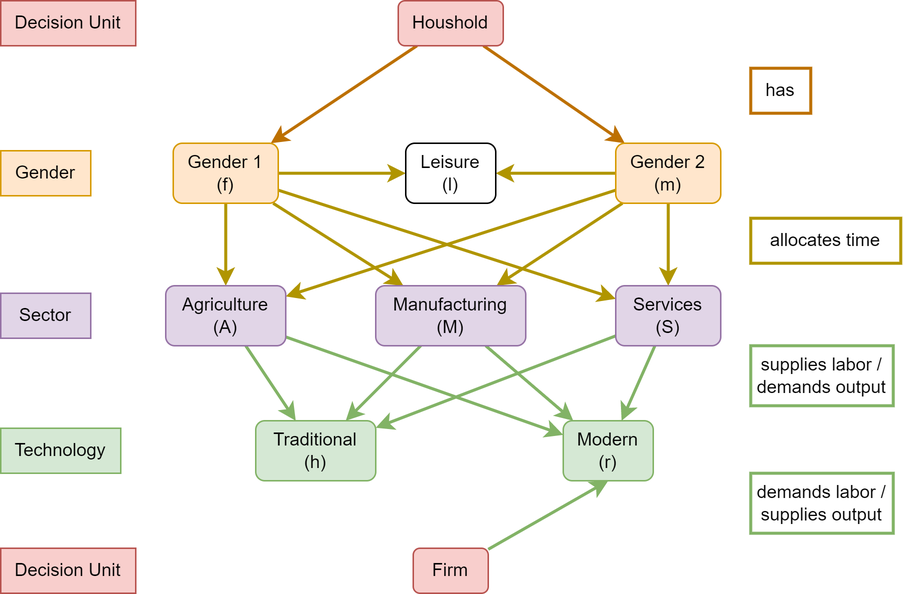
pi-kappa-devel/structural-schooling keeps this draw.io diagram as rsc/working-life-model.png. Above is the earlier version. Source tidied: cells renumbered, new cells last; positions are measured from the earlier drawing's top-left corner, leaving out a move shared by most shapes. The source it was exported from:
```xml
<mxGraphModel>
  <root>
    <mxCell id="0" />
    <mxCell id="1" parent="0" />
    <mxCell id="2" style="rounded=0;jettySize=auto;html=1;strokeWidth=2;fillColor=#f0a30a;strokeColor=#BD7000;sketch=0;" parent="1" edge="1" source="4" target="9">
      <mxGeometry relative="1" as="geometry" />
    </mxCell>
    <mxCell id="3" style="rounded=0;jettySize=auto;html=1;strokeWidth=2;fillColor=#f0a30a;strokeColor=#BD7000;sketch=0;" parent="1" edge="1" source="4" target="14">
      <mxGeometry relative="1" as="geometry" />
    </mxCell>
    <mxCell id="4" value="Houshold" style="rounded=1;whiteSpace=wrap;html=1;fillColor=#f8cecc;strokeColor=#b85450;sketch=0;" parent="1" vertex="1">
      <mxGeometry x="265" width="70" height="30" as="geometry" />
    </mxCell>
    <mxCell id="5" style="edgeStyle=none;rounded=0;jettySize=auto;html=1;strokeWidth=2;sketch=0;fillColor=#e3c800;strokeColor=#B09500;" parent="1" edge="1" source="9" target="23">
      <mxGeometry relative="1" as="geometry" />
    </mxCell>
    <mxCell id="6" style="edgeStyle=none;rounded=0;jettySize=auto;html=1;strokeWidth=2;sketch=0;fillColor=#e3c800;strokeColor=#B09500;" parent="1" edge="1" source="9" target="20">
      <mxGeometry relative="1" as="geometry" />
    </mxCell>
    <mxCell id="7" style="edgeStyle=none;rounded=0;jettySize=auto;html=1;strokeWidth=2;sketch=0;fillColor=#e3c800;strokeColor=#B09500;" parent="1" edge="1" source="9" target="17">
      <mxGeometry relative="1" as="geometry" />
    </mxCell>
    <mxCell id="8" style="edgeStyle=orthogonalEdgeStyle;rounded=0;jettySize=auto;html=1;strokeColor=#B09500;strokeWidth=2;sketch=0;fillColor=#e3c800;" parent="1" edge="1" source="9" target="37">
      <mxGeometry relative="1" as="geometry" />
    </mxCell>
    <mxCell id="9" value="Gender 2&lt;br&gt;(m)" style="rounded=1;whiteSpace=wrap;html=1;fillColor=#ffe6cc;strokeColor=#d79b00;sketch=0;" parent="1" vertex="1">
      <mxGeometry x="410" y="95" width="70" height="40" as="geometry" />
    </mxCell>
    <mxCell id="10" style="edgeStyle=none;rounded=0;jettySize=auto;html=1;strokeWidth=2;sketch=0;fillColor=#e3c800;strokeColor=#B09500;" parent="1" edge="1" source="14" target="17">
      <mxGeometry relative="1" as="geometry" />
    </mxCell>
    <mxCell id="11" style="edgeStyle=none;rounded=0;jettySize=auto;html=1;strokeWidth=2;sketch=0;fillColor=#e3c800;strokeColor=#B09500;" parent="1" edge="1" source="14" target="20">
      <mxGeometry relative="1" as="geometry" />
    </mxCell>
    <mxCell id="12" style="edgeStyle=none;rounded=0;jettySize=auto;html=1;strokeWidth=2;sketch=0;fillColor=#e3c800;strokeColor=#B09500;" parent="1" edge="1" source="14" target="23">
      <mxGeometry relative="1" as="geometry" />
    </mxCell>
    <mxCell id="13" style="edgeStyle=orthogonalEdgeStyle;rounded=0;jettySize=auto;html=1;strokeColor=#B09500;strokeWidth=2;sketch=0;fillColor=#e3c800;" parent="1" edge="1" source="14" target="37">
      <mxGeometry relative="1" as="geometry" />
    </mxCell>
    <mxCell id="14" value="Gender 1&lt;br&gt;(f)" style="rounded=1;whiteSpace=wrap;html=1;fillColor=#ffe6cc;strokeColor=#d79b00;sketch=0;" parent="1" vertex="1">
      <mxGeometry x="115" y="95" width="70" height="40" as="geometry" />
    </mxCell>
    <mxCell id="15" style="edgeStyle=none;rounded=0;jettySize=auto;html=1;fillColor=#d5e8d4;strokeColor=#82b366;strokeWidth=2;gradientColor=#97d077;sketch=0;" parent="1" edge="1" source="17" target="26">
      <mxGeometry relative="1" as="geometry" />
    </mxCell>
    <mxCell id="16" style="edgeStyle=none;rounded=0;jettySize=auto;html=1;fillColor=#d5e8d4;strokeColor=#82b366;strokeWidth=2;gradientColor=#97d077;sketch=0;" parent="1" edge="1" source="17" target="27">
      <mxGeometry relative="1" as="geometry" />
    </mxCell>
    <mxCell id="17" value="Agriculture&lt;br&gt;(A)" style="rounded=1;whiteSpace=wrap;html=1;fillColor=#e1d5e7;strokeColor=#9673a6;sketch=0;" parent="1" vertex="1">
      <mxGeometry x="110" y="190" width="80" height="40" as="geometry" />
    </mxCell>
    <mxCell id="18" style="edgeStyle=none;rounded=0;jettySize=auto;html=1;fillColor=#d5e8d4;strokeColor=#82b366;strokeWidth=2;gradientColor=#97d077;sketch=0;" parent="1" edge="1" source="20" target="26">
      <mxGeometry relative="1" as="geometry" />
    </mxCell>
    <mxCell id="19" style="edgeStyle=none;rounded=0;jettySize=auto;html=1;fillColor=#d5e8d4;strokeColor=#82b366;strokeWidth=2;sketch=0;gradientColor=#97d077;" parent="1" edge="1" source="20" target="27">
      <mxGeometry relative="1" as="geometry" />
    </mxCell>
    <mxCell id="20" value="Manufacturing&lt;br&gt;(M)" style="rounded=1;whiteSpace=wrap;html=1;fillColor=#e1d5e7;strokeColor=#9673a6;sketch=0;" parent="1" vertex="1">
      <mxGeometry x="250" y="190" width="100" height="40" as="geometry" />
    </mxCell>
    <mxCell id="21" style="edgeStyle=none;rounded=0;jettySize=auto;html=1;fillColor=#d5e8d4;strokeColor=#82b366;strokeWidth=2;gradientColor=#97d077;sketch=0;" parent="1" edge="1" source="23" target="27">
      <mxGeometry relative="1" as="geometry" />
    </mxCell>
    <mxCell id="22" style="edgeStyle=none;rounded=0;jettySize=auto;html=1;fillColor=#d5e8d4;strokeColor=#82b366;strokeWidth=2;gradientColor=#97d077;sketch=0;" parent="1" edge="1" source="23" target="26">
      <mxGeometry relative="1" as="geometry" />
    </mxCell>
    <mxCell id="23" value="Services&lt;br&gt;(S)" style="rounded=1;whiteSpace=wrap;html=1;fillColor=#e1d5e7;strokeColor=#9673a6;sketch=0;" parent="1" vertex="1">
      <mxGeometry x="410" y="190" width="70" height="40" as="geometry" />
    </mxCell>
    <mxCell id="24" value="has" style="text;html=1;strokeColor=#BD7000;fillColor=none;align=center;verticalAlign=middle;whiteSpace=wrap;rounded=0;strokeWidth=2;fontColor=#000000;shadow=0;glass=0;sketch=0;perimeterSpacing=5;" parent="1" vertex="1">
      <mxGeometry x="500" y="45" width="40" height="30" as="geometry" />
    </mxCell>
    <mxCell id="25" value="&lt;font color=&quot;#000000&quot;&gt;allocates time&lt;/font&gt;" style="text;html=1;strokeColor=#B09500;fillColor=none;align=center;verticalAlign=middle;whiteSpace=wrap;rounded=0;sketch=0;fontColor=#000000;strokeWidth=2;shadow=0;glass=0;perimeterSpacing=5;" parent="1" vertex="1">
      <mxGeometry x="500" y="145" width="100" height="30" as="geometry" />
    </mxCell>
    <mxCell id="26" value="Traditional&lt;br&gt;(h)" style="rounded=1;whiteSpace=wrap;html=1;fillColor=#d5e8d4;strokeColor=#82b366;sketch=0;" parent="1" vertex="1">
      <mxGeometry x="170" y="280" width="80" height="40" as="geometry" />
    </mxCell>
    <mxCell id="27" value="Modern&lt;br&gt;(r)" style="rounded=1;whiteSpace=wrap;html=1;fillColor=#d5e8d4;strokeColor=#82b366;sketch=0;" parent="1" vertex="1">
      <mxGeometry x="375" y="280" width="60" height="40" as="geometry" />
    </mxCell>
    <mxCell id="28" value="&lt;font color=&quot;#000000&quot;&gt;supplies labor / demands output&lt;br&gt;&lt;/font&gt;" style="text;html=1;strokeColor=#82b366;fillColor=none;align=center;verticalAlign=middle;whiteSpace=wrap;rounded=0;sketch=0;strokeWidth=2;shadow=0;glass=0;gradientColor=none;perimeterSpacing=5;" parent="1" vertex="1">
      <mxGeometry x="500" y="230" width="95" height="40" as="geometry" />
    </mxCell>
    <mxCell id="29" value="Technology" style="text;html=1;strokeColor=#82b366;fillColor=#d5e8d4;align=center;verticalAlign=middle;whiteSpace=wrap;rounded=0;sketch=0;" parent="1" vertex="1">
      <mxGeometry y="285" width="80" height="30" as="geometry" />
    </mxCell>
    <mxCell id="30" value="Sector" style="text;html=1;strokeColor=#9673a6;fillColor=#e1d5e7;align=center;verticalAlign=middle;whiteSpace=wrap;rounded=0;sketch=0;" parent="1" vertex="1">
      <mxGeometry y="195" width="60" height="30" as="geometry" />
    </mxCell>
    <mxCell id="31" value="Gender" style="text;html=1;strokeColor=#d79b00;fillColor=#ffe6cc;align=center;verticalAlign=middle;whiteSpace=wrap;rounded=0;sketch=0;" parent="1" vertex="1">
      <mxGeometry y="100" width="60" height="30" as="geometry" />
    </mxCell>
    <mxCell id="32" value="Decision Unit" style="text;html=1;strokeColor=#b85450;fillColor=#f8cecc;align=center;verticalAlign=middle;whiteSpace=wrap;rounded=0;sketch=0;" parent="1" vertex="1">
      <mxGeometry width="90" height="30" as="geometry" />
    </mxCell>
    <mxCell id="33" style="edgeStyle=none;rounded=0;sketch=0;jettySize=auto;html=1;entryX=0.5;entryY=1;entryDx=0;entryDy=0;shadow=0;strokeWidth=2;fontColor=default;fillColor=#d5e8d4;strokeColor=#82b366;gradientColor=#97d077;" parent="1" edge="1" source="34" target="27">
      <mxGeometry relative="1" as="geometry" />
    </mxCell>
    <mxCell id="34" value="Firm" style="rounded=1;whiteSpace=wrap;html=1;fillColor=#f8cecc;strokeColor=#b85450;sketch=0;" parent="1" vertex="1">
      <mxGeometry x="275" y="365" width="50" height="30" as="geometry" />
    </mxCell>
    <mxCell id="35" value="Decision Unit" style="text;html=1;strokeColor=#b85450;fillColor=#f8cecc;align=center;verticalAlign=middle;whiteSpace=wrap;rounded=0;sketch=0;" parent="1" vertex="1">
      <mxGeometry y="365" width="90" height="30" as="geometry" />
    </mxCell>
    <mxCell id="36" value="&lt;font color=&quot;#000000&quot;&gt;demands labor / supplies output&lt;/font&gt;" style="text;html=1;strokeColor=#82b366;fillColor=none;align=center;verticalAlign=middle;whiteSpace=wrap;rounded=0;sketch=0;strokeWidth=2;shadow=0;glass=0;gradientColor=none;perimeterSpacing=5;" parent="1" vertex="1">
      <mxGeometry x="500" y="315" width="95" height="40" as="geometry" />
    </mxCell>
    <mxCell id="37" value="Leisure&lt;br&gt;(l)" style="rounded=1;whiteSpace=wrap;html=1;sketch=0;" parent="1" vertex="1">
      <mxGeometry x="270" y="95" width="60" height="40" as="geometry" />
    </mxCell>
  </root>
</mxGraphModel>
```
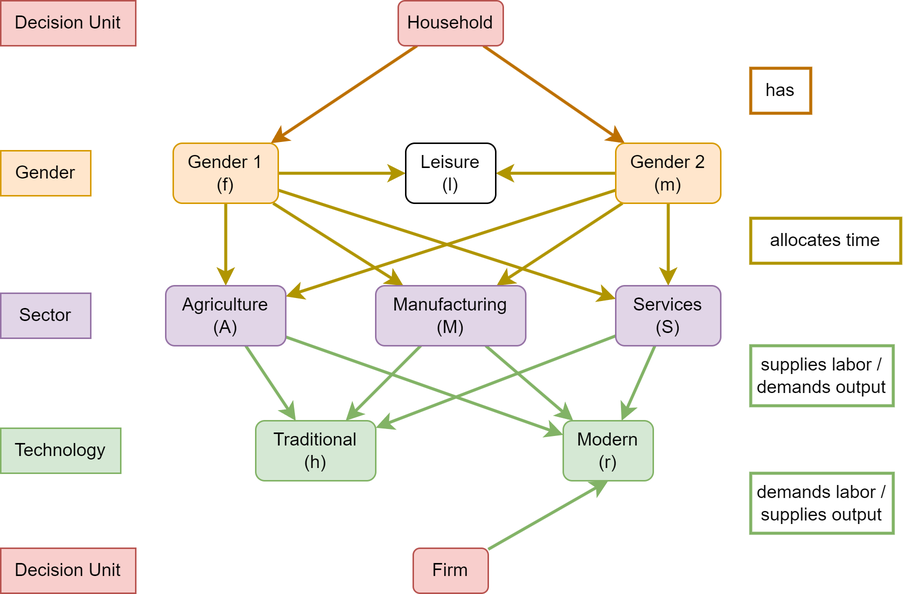
After the change.

Commit message:
Added schooling in partial equilibrium production share figure.

The edit, as a diff of the source:
```diff
@@ -8,7 +8,7 @@
     <mxCell id="3" style="rounded=0;jettySize=auto;html=1;strokeWidth=2;fillColor=#f0a30a;strokeColor=#BD7000;sketch=0;" parent="1" edge="1" source="4" target="14">
       <mxGeometry relative="1" as="geometry" />
     </mxCell>
-    <mxCell id="4" value="Houshold" style="rounded=1;whiteSpace=wrap;html=1;fillColor=#f8cecc;strokeColor=#b85450;sketch=0;" parent="1" vertex="1">
+    <mxCell id="4" value="Household" style="rounded=1;whiteSpace=wrap;html=1;fillColor=#f8cecc;strokeColor=#b85450;sketch=0;" parent="1" vertex="1">
       <mxGeometry x="265" width="70" height="30" as="geometry" />
     </mxCell>
     <mxCell id="5" style="edgeStyle=none;rounded=0;jettySize=auto;html=1;strokeWidth=2;sketch=0;fillColor=#e3c800;strokeColor=#B09500;" parent="1" edge="1" source="9" target="23">
```
